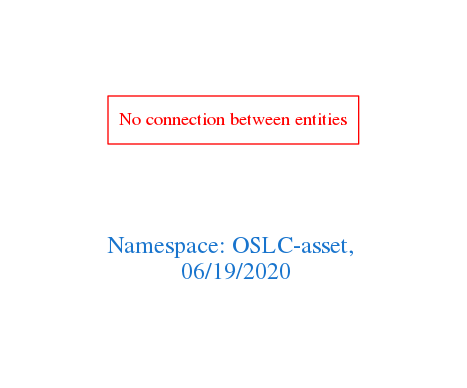
Earlier version of the Graphviz export downloads/OSLC-asset.png (arago/OGIT). Its source is kept beside it as downloads/OSLC-asset.dot.
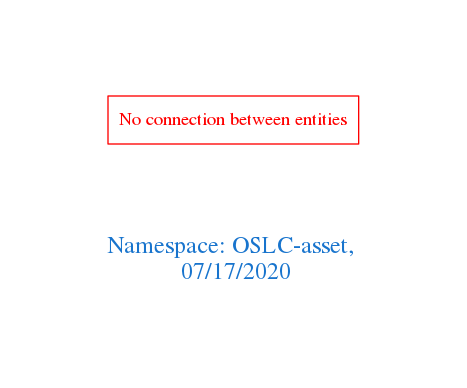
After the commit.

The edit, as a diff of the source:
```diff
@@ -1,7 +1,7 @@
 digraph OGIT_ontology {
  graph [ rankdir= LR,pad=1
 fontsize = 18,
-fontcolor= dodgerblue3,label = "\n\n\nNamespace: OSLC-asset, \n 06/19/2020"];
+fontcolor= dodgerblue3,label = "\n\n\nNamespace: OSLC-asset, \n 07/17/2020"];
 node[shape=polygon];
 edge [  color="gray81"];
 
```
